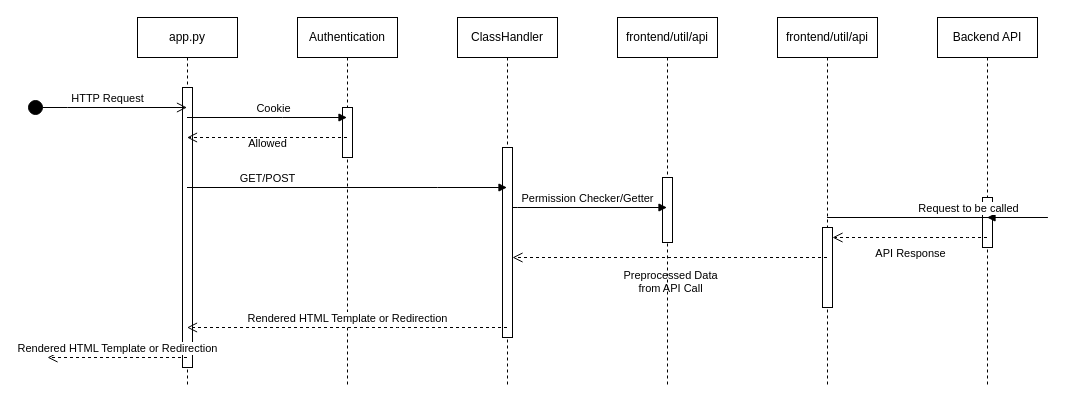
The draw.io diagram doc/frontend/admin/Call_Sequence Diagram.drawio in ooemperor/CodeGrader, before the edit. Source tidied: cells renumbered, new cells numbered last; positions are measured from the earlier drawing's top-left corner, leaving out a move shared by most shapes. Both pictures are drawn from the tidied source at 100%, with x=0, y=0 at pixel (27, 17).
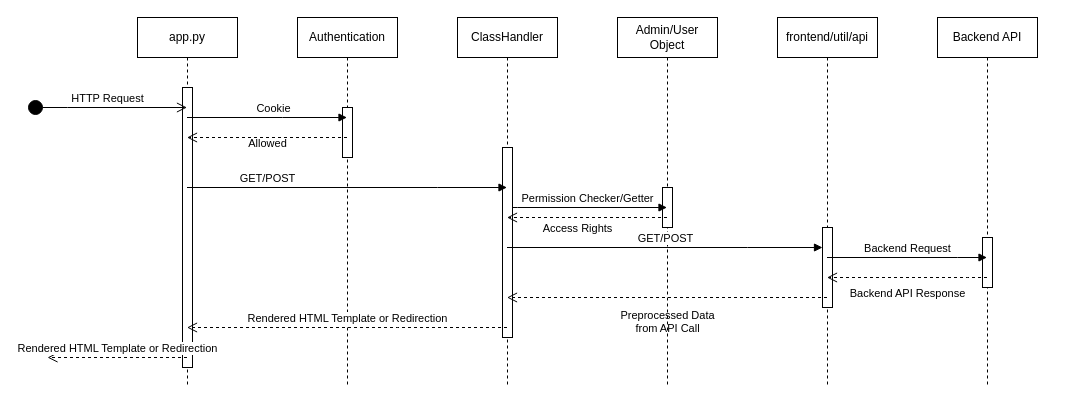
Above is the later version.

Commit message (it also covers changes not shown here):
updating drawio for frontend calls

The change refers to these unchanged cells:
```xml
<mxCell id="5" value="ClassHandler" style="shape=umlLifeline;perimeter=lifelinePerimeter;whiteSpace=wrap;html=1;outlineConnect=0;portConstraint=eastwest;newEdgeStyle={&quot;edgeStyle&quot;:&quot;elbowEdgeStyle&quot;,&quot;elbow&quot;:&quot;vertical&quot;,&quot;curved&quot;:0,&quot;rounded&quot;:0};" parent="1" vertex="1">
  <mxGeometry x="430" width="100" height="370" as="geometry" />
</mxCell>
<mxCell id="6" style="html=1;points=[[0,0,0,0,5],[0,1,0,0,-5],[1,0,0,0,5],[1,1,0,0,-5]];perimeter=orthogonalPerimeter;outlineConnect=0;targetShapes=umlLifeline;portConstraint=eastwest;newEdgeStyle={&quot;curved&quot;:0,&quot;rounded&quot;:0};" parent="5" vertex="1">
  <mxGeometry x="45" y="130" width="10" height="190" as="geometry" />
</mxCell>
<mxCell id="12" value="frontend/util/api" style="shape=umlLifeline;perimeter=lifelinePerimeter;whiteSpace=wrap;html=1;outlineConnect=0;portConstraint=eastwest;newEdgeStyle={&quot;curved&quot;:0,&quot;rounded&quot;:0};" parent="1" vertex="1">
  <mxGeometry x="750" width="100" height="370" as="geometry" />
</mxCell>
<mxCell id="13" style="html=1;points=[[0,0,0,0,5],[0,1,0,0,-5],[1,0,0,0,5],[1,1,0,0,-5]];perimeter=orthogonalPerimeter;outlineConnect=0;targetShapes=umlLifeline;portConstraint=eastwest;newEdgeStyle={&quot;curved&quot;:0,&quot;rounded&quot;:0};" parent="12" vertex="1">
  <mxGeometry x="45" y="210" width="10" height="80" as="geometry" />
</mxCell>
<mxCell id="18" value="Backend API" style="shape=umlLifeline;perimeter=lifelinePerimeter;whiteSpace=wrap;html=1;outlineConnect=0;portConstraint=eastwest;newEdgeStyle={&quot;curved&quot;:0,&quot;rounded&quot;:0};" parent="1" vertex="1">
  <mxGeometry x="910" width="100" height="370" as="geometry" />
</mxCell>
```

Change to the diagram source:
```diff
@@
-    <mxCell id="15" value="Preprocessed Data &lt;br&gt;from API Call" style="html=1;verticalAlign=bottom;endArrow=open;dashed=1;endSize=8;curved=0;rounded=0;" parent="1" edge="1" source="12" target="6">
+    <mxCell id="15" value="Preprocessed Data &lt;br&gt;from API Call" style="html=1;verticalAlign=bottom;endArrow=open;dashed=1;endSize=8;curved=0;rounded=0;" parent="1" edge="1" source="12" target="5">
       <mxGeometry y="40" relative="1" as="geometry">
         <Array as="points">
-          <mxPoint x="800" y="240" />
-          <mxPoint x="720" y="240" />
-          <mxPoint x="670" y="240" />
-          <mxPoint x="610" y="240" />
+          <mxPoint x="760" y="280" />
         </Array>
       </mxGeometry>
     </mxCell>
@@
     <mxCell id="19" style="html=1;perimeter=orthogonalPerimeter;targetShapes=umlLifeline;newEdgeStyle={&quot;curved&quot;:0,&quot;rounded&quot;:0};" parent="18" vertex="1">
-      <mxGeometry x="45" y="180" width="10" height="50" as="geometry" />
+      <mxGeometry x="45" y="220" width="10" height="50" as="geometry" />
     </mxCell>
-    <mxCell id="20" value="Request to be called" style="html=1;verticalAlign=bottom;endArrow=block;curved=0;rounded=0;" parent="1" edge="1" source="12" target="18">
+    <mxCell id="20" value="Backend Request" style="html=1;verticalAlign=bottom;endArrow=block;curved=0;rounded=0;" parent="1" edge="1" source="12" target="18">
       <mxGeometry relative="1" as="geometry">
         <Array as="points">
-          <mxPoint x="1020.2" y="200" />
+          <mxPoint x="930" y="240" />
         </Array>
       </mxGeometry>
     </mxCell>
-    <mxCell id="21" value="API Response" style="html=1;verticalAlign=bottom;endArrow=open;dashed=1;endSize=8;curved=0;rounded=0;" parent="1" edge="1" source="18" target="13">
+    <mxCell id="21" value="Backend API Response" style="html=1;verticalAlign=bottom;endArrow=open;dashed=1;endSize=8;curved=0;rounded=0;" parent="1" edge="1" source="18" target="12">
       <mxGeometry y="25" relative="1" as="geometry">
         <Array as="points">
-          <mxPoint x="940" y="220" />
+          <mxPoint x="940" y="260" />
         </Array>
       </mxGeometry>
     </mxCell>
-    <mxCell id="22" value="frontend/util/api" style="shape=umlLifeline;perimeter=lifelinePerimeter;whiteSpace=wrap;html=1;outlineConnect=0;portConstraint=eastwest;newEdgeStyle={&quot;curved&quot;:0,&quot;rounded&quot;:0};" parent="1" vertex="1">
+    <mxCell id="22" value="Admin/User Object" style="shape=umlLifeline;perimeter=lifelinePerimeter;whiteSpace=wrap;html=1;outlineConnect=0;portConstraint=eastwest;newEdgeStyle={&quot;curved&quot;:0,&quot;rounded&quot;:0};" parent="1" vertex="1">
       <mxGeometry x="590" width="100" height="370" as="geometry" />
     </mxCell>
     <mxCell id="23" style="html=1;perimeter=orthogonalPerimeter;targetShapes=umlLifeline;newEdgeStyle={&quot;curved&quot;:0,&quot;rounded&quot;:0};" parent="22" vertex="1">
-      <mxGeometry x="45" y="160" width="10" height="65" as="geometry" />
+      <mxGeometry x="45" y="170" width="10" height="40" as="geometry" />
     </mxCell>
@@
+    <mxCell id="25" value="Access Rights" style="html=1;verticalAlign=bottom;endArrow=open;dashed=1;endSize=8;curved=0;rounded=0;" parent="1" edge="1" source="22" target="5">
+      <mxGeometry x="0.12" y="20" relative="1" as="geometry">
+        <Array as="points">
+          <mxPoint x="620" y="200" />
+        </Array>
+      </mxGeometry>
+    </mxCell>
+    <mxCell id="26" value="GET/POST" style="html=1;verticalAlign=bottom;endArrow=block;curved=0;rounded=0;" parent="1" edge="1" source="5" target="13">
+      <mxGeometry relative="1" as="geometry">
+        <Array as="points">
+          <mxPoint x="720" y="230" />
+        </Array>
+      </mxGeometry>
+    </mxCell>
```
